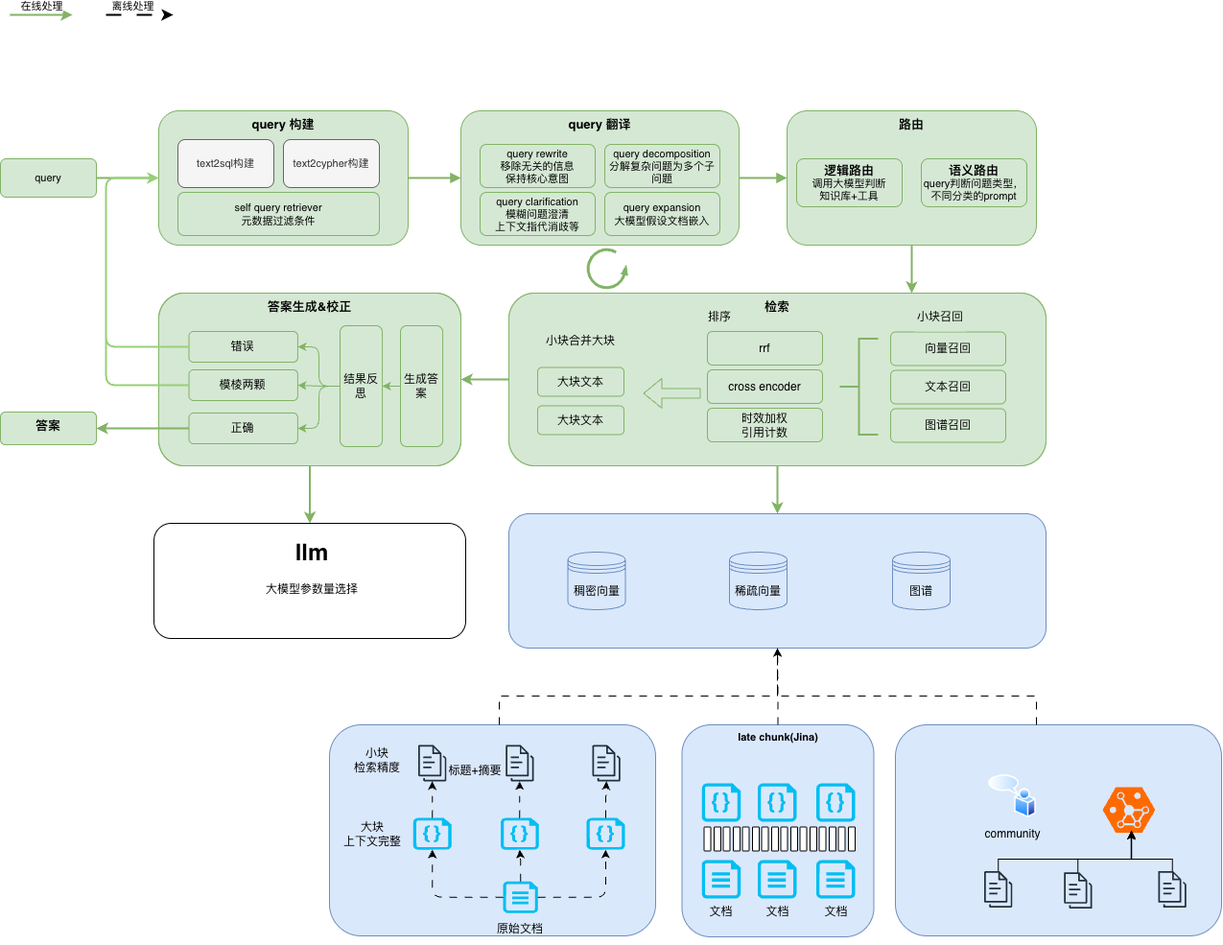
The draw.io diagram ai/搜索/rag-flow.png in heteddy/summary, before a commit. Source tidied: cells renumbered, new cells last; positions are measured from the earlier drawing's top-left corner, leaving out a move shared by most shapes.
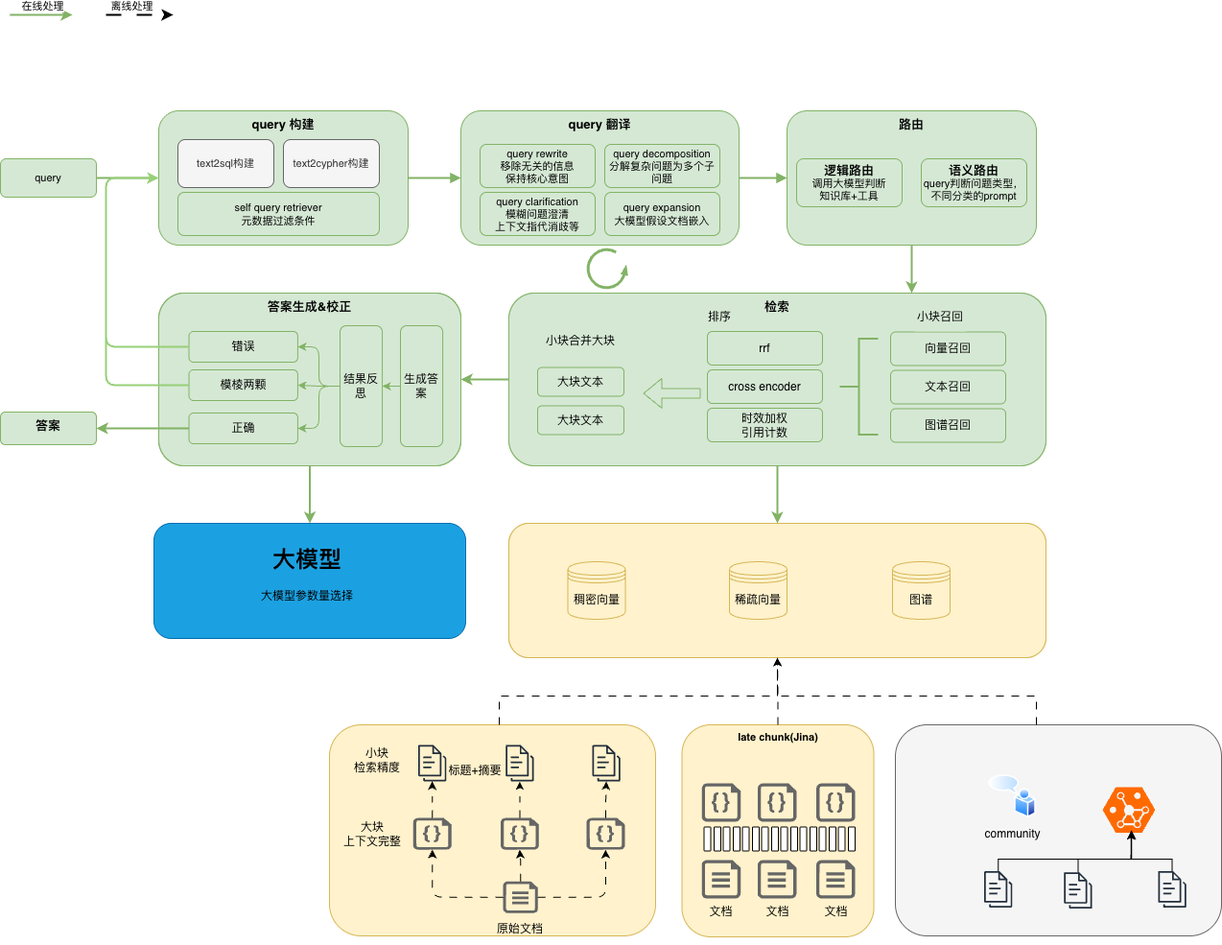
After the commit.

What changed in the source:
```diff
@@ -56,28 +56,28 @@
     <mxCell id="19" value="query expansion&lt;div&gt;大模型假设文档嵌入&lt;/div&gt;" style="rounded=1;whiteSpace=wrap;html=1;strokeColor=#82b366;align=center;verticalAlign=middle;fontFamily=Helvetica;fontSize=11;labelBackgroundColor=none;fillColor=#d5e8d4;" parent="1" vertex="1">
       <mxGeometry x="630" y="185" width="120" height="45" as="geometry" />
     </mxCell>
-    <mxCell id="20" style="group;rounded=1;fillColor=#dae8fc;strokeColor=#6c8ebf;" parent="1" vertex="1">
+    <mxCell id="20" style="group;rounded=1;fillColor=#fff2cc;strokeColor=#d6b656;" parent="1" vertex="1">
       <mxGeometry x="343" y="740" width="340" height="220" as="geometry" />
     </mxCell>
-    <mxCell id="21" value="late chunk(Jina)" style="rounded=1;whiteSpace=wrap;html=1;strokeColor=#6c8ebf;align=center;verticalAlign=top;fontFamily=Helvetica;fontSize=11;labelBackgroundColor=none;fillColor=#dae8fc;fontStyle=1;" parent="1" vertex="1">
+    <mxCell id="21" value="late chunk(Jina)" style="rounded=1;whiteSpace=wrap;html=1;strokeColor=#d6b656;align=center;verticalAlign=top;fontFamily=Helvetica;fontSize=11;labelBackgroundColor=none;fillColor=#fff2cc;fontStyle=1;" parent="1" vertex="1">
       <mxGeometry x="710.5" y="740" width="200" height="221" as="geometry" />
     </mxCell>
-    <mxCell id="22" value="文档" style="verticalLabelPosition=bottom;html=1;verticalAlign=top;align=center;strokeColor=none;fillColor=#00BEF2;shape=mxgraph.azure.file;dashed=1;dashPattern=8 8;rounded=1;" parent="1" vertex="1">
+    <mxCell id="22" value="文档" style="verticalLabelPosition=bottom;html=1;verticalAlign=top;align=center;strokeColor=none;fillColor=#666666;shape=mxgraph.azure.file;dashed=1;dashPattern=8 8;rounded=1;" parent="1" vertex="1">
       <mxGeometry x="731.1" y="881" width="40.5" height="40" as="geometry" />
     </mxCell>
-    <mxCell id="23" style="verticalLabelPosition=bottom;html=1;verticalAlign=top;align=center;strokeColor=none;fillColor=#00BEF2;shape=mxgraph.azure.code_file;dashed=1;dashPattern=8 8;rounded=1;" parent="1" vertex="1">
+    <mxCell id="23" style="verticalLabelPosition=bottom;html=1;verticalAlign=top;align=center;strokeColor=none;fillColor=#666666;shape=mxgraph.azure.code_file;dashed=1;dashPattern=8 8;rounded=1;" parent="1" vertex="1">
       <mxGeometry x="731.1" y="801" width="40.5" height="40" as="geometry" />
     </mxCell>
-    <mxCell id="24" value="文档" style="verticalLabelPosition=bottom;html=1;verticalAlign=top;align=center;strokeColor=none;fillColor=#00BEF2;shape=mxgraph.azure.file;dashed=1;dashPattern=8 8;rounded=1;" parent="1" vertex="1">
+    <mxCell id="24" value="文档" style="verticalLabelPosition=bottom;html=1;verticalAlign=top;align=center;strokeColor=none;fillColor=#666666;shape=mxgraph.azure.file;dashed=1;dashPattern=8 8;rounded=1;" parent="1" vertex="1">
       <mxGeometry x="789.4" y="881" width="40.5" height="40" as="geometry" />
     </mxCell>
-    <mxCell id="25" style="verticalLabelPosition=bottom;html=1;verticalAlign=top;align=center;strokeColor=none;fillColor=#00BEF2;shape=mxgraph.azure.code_file;dashed=1;dashPattern=8 8;rounded=1;" parent="1" vertex="1">
+    <mxCell id="25" style="verticalLabelPosition=bottom;html=1;verticalAlign=top;align=center;strokeColor=none;fillColor=#666666;shape=mxgraph.azure.code_file;dashed=1;dashPattern=8 8;rounded=1;" parent="1" vertex="1">
       <mxGeometry x="789.4" y="801" width="40.5" height="40" as="geometry" />
     </mxCell>
-    <mxCell id="26" value="文档" style="verticalLabelPosition=bottom;html=1;verticalAlign=top;align=center;strokeColor=none;fillColor=#00BEF2;shape=mxgraph.azure.file;dashed=1;dashPattern=8 8;rounded=1;" parent="1" vertex="1">
+    <mxCell id="26" value="文档" style="verticalLabelPosition=bottom;html=1;verticalAlign=top;align=center;strokeColor=none;fillColor=#666666;shape=mxgraph.azure.file;dashed=1;dashPattern=8 8;rounded=1;" parent="1" vertex="1">
       <mxGeometry x="850.5" y="881" width="40.5" height="40" as="geometry" />
     </mxCell>
-    <mxCell id="27" style="verticalLabelPosition=bottom;html=1;verticalAlign=top;align=center;strokeColor=none;fillColor=#00BEF2;shape=mxgraph.azure.code_file;dashed=1;dashPattern=8 8;rounded=1;" parent="1" vertex="1">
+    <mxCell id="27" style="verticalLabelPosition=bottom;html=1;verticalAlign=top;align=center;strokeColor=none;fillColor=#666666;shape=mxgraph.azure.code_file;dashed=1;dashPattern=8 8;rounded=1;" parent="1" vertex="1">
       <mxGeometry x="850.5" y="801" width="40.5" height="40" as="geometry" />
     </mxCell>
     <mxCell id="28" style="edgeStyle=orthogonalEdgeStyle;rounded=1;jettySize=auto;html=1;entryX=0.75;entryY=0;entryDx=0;entryDy=0;strokeWidth=2;fillColor=#d5e8d4;strokeColor=#82b366;" parent="1" edge="1" source="6" target="57">
@@ -89,26 +89,26 @@
     <mxCell id="30" value="答案" style="whiteSpace=wrap;html=1;fontSize=13;verticalAlign=top;rounded=1;labelBackgroundColor=none;fontStyle=1;fillColor=#d5e8d4;strokeColor=#82b366;" parent="1" vertex="1">
       <mxGeometry y="414" width="100" height="34" as="geometry" />
     </mxCell>
-    <mxCell id="31" style="group;fillStyle=solid;labelBorderColor=none;rounded=1;" parent="1" vertex="1">
-      <mxGeometry x="530" y="520" width="560" height="140" as="geometry" />
+    <mxCell id="31" style="group;fillStyle=solid;labelBorderColor=none;rounded=1;fillColor=#fff2cc;strokeColor=#d6b656;" parent="1" vertex="1">
+      <mxGeometry x="530" y="530" width="560" height="140" as="geometry" />
     </mxCell>
-    <mxCell id="32" style="rounded=1;whiteSpace=wrap;html=1;strokeColor=#6c8ebf;align=center;verticalAlign=middle;fontFamily=Helvetica;fontSize=11;labelBackgroundColor=none;fillColor=#dae8fc;" parent="31" vertex="1">
+    <mxCell id="32" style="rounded=1;whiteSpace=wrap;html=1;strokeColor=#d6b656;align=center;verticalAlign=middle;fontFamily=Helvetica;fontSize=11;labelBackgroundColor=none;fillColor=#fff2cc;fillStyle=solid;" parent="31" vertex="1">
       <mxGeometry width="560" height="140" as="geometry" />
     </mxCell>
-    <mxCell id="33" value="稠密向量" style="shape=datastore;whiteSpace=wrap;html=1;fillColor=#dae8fc;strokeColor=#6c8ebf;rounded=1;" parent="31" vertex="1">
+    <mxCell id="33" value="稠密向量" style="shape=datastore;whiteSpace=wrap;html=1;fillColor=#fff2cc;strokeColor=#d6b656;rounded=1;" parent="31" vertex="1">
       <mxGeometry x="61.5" y="40" width="60" height="60" as="geometry" />
     </mxCell>
-    <mxCell id="34" value="稀疏向量" style="shape=datastore;whiteSpace=wrap;html=1;fillColor=#dae8fc;strokeColor=#6c8ebf;rounded=1;" parent="31" vertex="1">
+    <mxCell id="34" value="稀疏向量" style="shape=datastore;whiteSpace=wrap;html=1;fillColor=#fff2cc;strokeColor=#d6b656;rounded=1;" parent="31" vertex="1">
       <mxGeometry x="230" y="40" width="60" height="60" as="geometry" />
     </mxCell>
-    <mxCell id="35" value="图谱" style="shape=datastore;whiteSpace=wrap;html=1;fillColor=#dae8fc;strokeColor=#6c8ebf;rounded=1;" parent="31" vertex="1">
+    <mxCell id="35" value="图谱" style="shape=datastore;whiteSpace=wrap;html=1;fillColor=#fff2cc;strokeColor=#d6b656;rounded=1;" parent="31" vertex="1">
       <mxGeometry x="400" y="40" width="60" height="60" as="geometry" />
     </mxCell>
-    <mxCell id="36" style="rounded=1;whiteSpace=wrap;html=1;" parent="1" vertex="1">
+    <mxCell id="36" style="rounded=1;whiteSpace=wrap;html=1;fillColor=#1ba1e2;strokeColor=#006EAF;fontColor=#ffffff;" parent="1" vertex="1">
       <mxGeometry x="160" y="530" width="325" height="120" as="geometry" />
     </mxCell>
-    <mxCell id="37" value="&lt;h1 style=&quot;margin-top: 0px;&quot;&gt;llm&lt;/h1&gt;&lt;div&gt;大模型参数量选择&lt;/div&gt;" style="text;html=1;whiteSpace=wrap;overflow=hidden;rounded=1;align=center;" parent="1" vertex="1">
-      <mxGeometry x="185" y="540" width="280" height="90" as="geometry" />
+    <mxCell id="37" value="&lt;h1 style=&quot;margin-top: 0px;&quot;&gt;大模型&lt;/h1&gt;&lt;div&gt;大模型参数量选择&lt;/div&gt;" style="text;html=1;whiteSpace=wrap;overflow=hidden;rounded=1;align=center;" parent="1" vertex="1">
+      <mxGeometry x="180" y="547" width="280" height="90" as="geometry" />
     </mxCell>
     <mxCell id="38" style="edgeStyle=orthogonalEdgeStyle;rounded=1;jettySize=auto;html=1;strokeWidth=2;entryX=0.5;entryY=0;entryDx=0;entryDy=0;fillColor=#d5e8d4;strokeColor=#82b366;" parent="1" edge="1" source="45" target="36">
       <mxGeometry relative="1" as="geometry" />
@@ -282,7 +282,7 @@
         </Array>
       </mxGeometry>
     </mxCell>
-    <mxCell id="88" style="group;rounded=1;fillColor=#dae8fc;strokeColor=#6c8ebf;" parent="1" vertex="1">
+    <mxCell id="88" style="group;rounded=1;fillColor=#f5f5f5;strokeColor=#666666;fontColor=#333333;" parent="1" vertex="1">
       <mxGeometry x="933" y="740" width="340" height="220" as="geometry" />
     </mxCell>
     <mxCell id="89" style="outlineConnect=0;fontColor=#232F3E;gradientColor=none;fillColor=#232F3D;strokeColor=none;dashed=1;verticalLabelPosition=bottom;verticalAlign=top;align=center;html=1;fontSize=12;fontStyle=0;shape=mxgraph.aws4.documents3;dashPattern=8 8;rounded=1;" parent="1" vertex="1">
@@ -327,25 +327,25 @@
     <mxCell id="97" style="rounded=0;jettySize=auto;html=1;dashed=1;dashPattern=8 8;exitX=0.5;exitY=0;exitDx=0;exitDy=0;entryX=0.5;entryY=1;entryDx=0;entryDy=0;edgeStyle=orthogonalEdgeStyle;" parent="1" edge="1" source="21" target="32">
       <mxGeometry relative="1" as="geometry" />
     </mxCell>
-    <mxCell id="98" style="verticalLabelPosition=bottom;html=1;verticalAlign=top;align=center;strokeColor=none;fillColor=#00BEF2;shape=mxgraph.azure.file;dashed=1;dashPattern=8 8;rounded=1;" parent="1" vertex="1">
+    <mxCell id="98" style="verticalLabelPosition=bottom;html=1;verticalAlign=top;align=center;strokeColor=none;fillColor=#666666;shape=mxgraph.azure.file;dashed=1;dashPattern=8 8;rounded=1;" parent="1" vertex="1">
       <mxGeometry x="524.1" y="903.2" width="36.2" height="33" as="geometry" />
     </mxCell>
     <mxCell id="99" style="edgeStyle=orthogonalEdgeStyle;rounded=1;jettySize=auto;html=1;dashed=1;dashPattern=8 8;" parent="1" edge="1" source="100" target="105">
       <mxGeometry relative="1" as="geometry" />
     </mxCell>
-    <mxCell id="100" style="verticalLabelPosition=bottom;html=1;verticalAlign=top;align=center;strokeColor=none;fillColor=#00BEF2;shape=mxgraph.azure.code_file;dashed=1;dashPattern=8 8;rounded=1;" parent="1" vertex="1">
+    <mxCell id="100" style="verticalLabelPosition=bottom;html=1;verticalAlign=top;align=center;strokeColor=none;fillColor=#666666;shape=mxgraph.azure.code_file;dashed=1;dashPattern=8 8;rounded=1;" parent="1" vertex="1">
       <mxGeometry x="430.2" y="837.1" width="40" height="33" as="geometry" />
     </mxCell>
     <mxCell id="101" style="edgeStyle=orthogonalEdgeStyle;rounded=1;jettySize=auto;html=1;dashed=1;dashPattern=8 8;" parent="1" edge="1" source="102" target="106">
       <mxGeometry relative="1" as="geometry" />
     </mxCell>
-    <mxCell id="102" style="verticalLabelPosition=bottom;html=1;verticalAlign=top;align=center;strokeColor=none;fillColor=#00BEF2;shape=mxgraph.azure.code_file;dashed=1;dashPattern=8 8;rounded=1;" parent="1" vertex="1">
+    <mxCell id="102" style="verticalLabelPosition=bottom;html=1;verticalAlign=top;align=center;strokeColor=none;fillColor=#666666;shape=mxgraph.azure.code_file;dashed=1;dashPattern=8 8;rounded=1;" parent="1" vertex="1">
       <mxGeometry x="521.4" y="837.1" width="40" height="33" as="geometry" />
     </mxCell>
     <mxCell id="103" style="edgeStyle=orthogonalEdgeStyle;rounded=1;jettySize=auto;html=1;dashed=1;dashPattern=8 8;" parent="1" edge="1" source="104" target="108">
       <mxGeometry relative="1" as="geometry" />
     </mxCell>
-    <mxCell id="104" style="verticalLabelPosition=bottom;html=1;verticalAlign=top;align=center;strokeColor=none;fillColor=#00BEF2;shape=mxgraph.azure.code_file;dashed=1;dashPattern=8 8;rounded=1;" parent="1" vertex="1">
+    <mxCell id="104" style="verticalLabelPosition=bottom;html=1;verticalAlign=top;align=center;strokeColor=none;fillColor=#666666;shape=mxgraph.azure.code_file;dashed=1;dashPattern=8 8;rounded=1;" parent="1" vertex="1">
       <mxGeometry x="611" y="837.1" width="40" height="33" as="geometry" />
     </mxCell>
     <mxCell id="105" style="outlineConnect=0;fontColor=#232F3E;gradientColor=none;fillColor=#232F3D;strokeColor=none;dashed=1;verticalLabelPosition=bottom;verticalAlign=top;align=center;html=1;fontSize=12;fontStyle=0;shape=mxgraph.aws4.documents3;dashPattern=8 8;rounded=1;" parent="1" vertex="1">
@@ -387,10 +387,9 @@
     <mxCell id="115" value="原始文档" style="text;html=1;align=center;verticalAlign=middle;whiteSpace=wrap;rounded=1;dashed=1;dashPattern=8 8;" parent="1" vertex="1">
       <mxGeometry x="512.2" y="936.2" width="60" height="33" as="geometry" />
     </mxCell>
-    <mxCell id="116" style="edgeStyle=orthogonalEdgeStyle;rounded=0;orthogonalLoop=1;jettySize=auto;html=1;dashed=1;dashPattern=8 8;" parent="1" edge="1">
+    <mxCell id="116" style="edgeStyle=orthogonalEdgeStyle;rounded=0;jettySize=auto;html=1;dashed=1;dashPattern=8 8;entryX=0.5;entryY=1;entryDx=0;entryDy=0;" parent="1" edge="1" target="32">
       <mxGeometry relative="1" as="geometry">
         <mxPoint x="1080" y="740" as="sourcePoint" />
-        <mxPoint x="810" y="660" as="targetPoint" />
         <Array as="points">
           <mxPoint x="1080" y="710" />
           <mxPoint x="810" y="710" />
```
